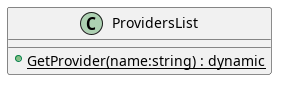
newbee1905/DotNeet keeps this PlantUML diagram as UML/Providers/Providers.png. Above is the earlier version.
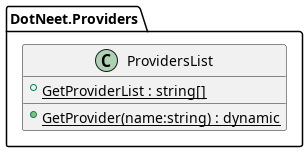
Later version of the same file.

Commit message:
chore,fix: update uml for providerslist

The edit, as a diff of the source:
```diff
@@ -1,5 +1,8 @@
 @startuml
-class ProvidersList {
-    + {static} GetProvider(name:string) : dynamic
+namespace DotNeet.Providers {
+	class ProvidersList {
+		+ {static} GetProviderList : string[]
+		+ {static} GetProvider(name:string) : dynamic
+	}
 }
 @enduml
```
